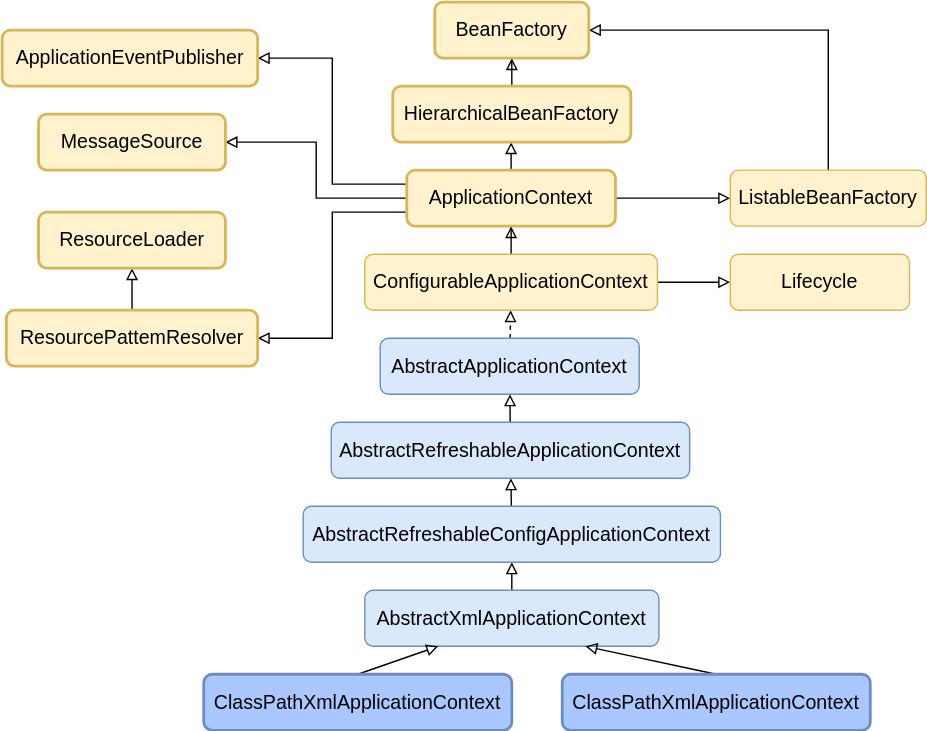
Above: Java/Spring/SpringIOC详解/ApplicationContext类继承关系.drawio.svg in Developer-Tang/notes (draw.io), before the change. Source tidied: cells renumbered, new cells last; positions are measured from the earlier drawing's top-left corner, leaving out a move shared by most shapes.
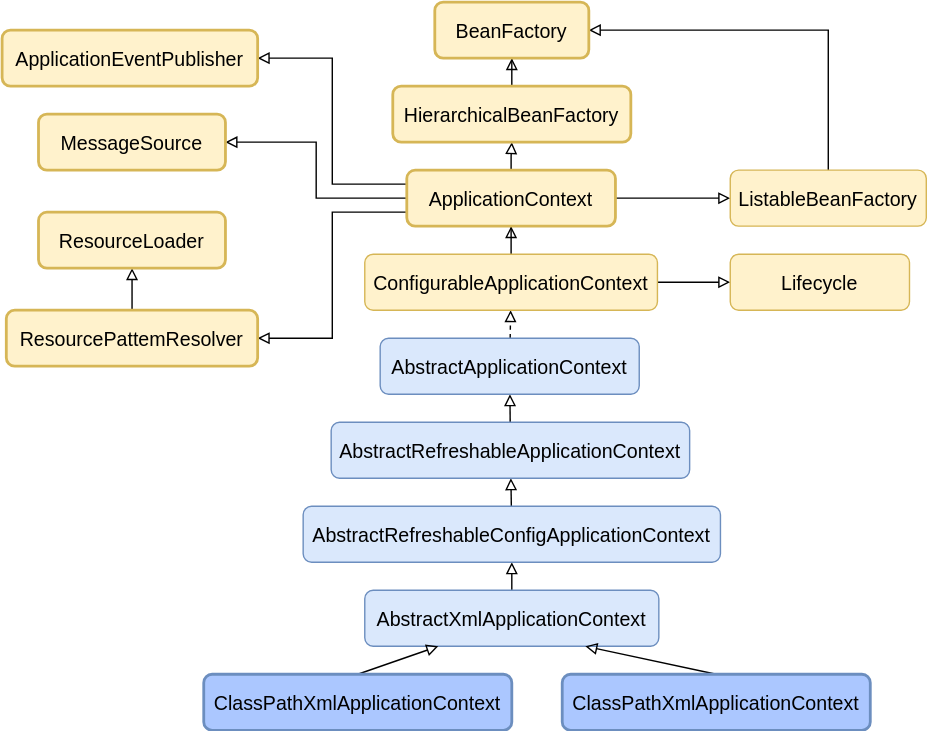
After the change.

The edit, as a diff of the source:
```diff
@@ -2,58 +2,58 @@
   <root>
     <mxCell id="0" />
     <mxCell id="1" parent="0" />
-    <mxCell id="2" style="edgeStyle=none;rounded=0;jettySize=auto;html=1;fontSize=14;endArrow=block;endFill=0;" parent="1" edge="1" source="3" target="9">
+    <mxCell id="2" style="edgeStyle=none;rounded=0;jettySize=auto;fontSize=14;endArrow=block;endFill=0;labelBackgroundColor=none;" parent="1" edge="1" source="3" target="9">
       <mxGeometry relative="1" as="geometry" />
     </mxCell>
-    <mxCell id="3" value="AbstractXmlApplicationContext" style="rounded=1;whiteSpace=wrap;html=1;fontSize=14;fontStyle=0;fillColor=#dae8fc;strokeColor=#6c8ebf;" parent="1" vertex="1">
+    <mxCell id="3" value="AbstractXmlApplicationContext" style="rounded=1;fontSize=14;fontStyle=0;fillColor=#dae8fc;strokeColor=#6c8ebf;labelBackgroundColor=none;" parent="1" vertex="1">
       <mxGeometry x="259" y="420" width="210" height="40" as="geometry" />
     </mxCell>
-    <mxCell id="4" style="edgeStyle=none;rounded=0;jettySize=auto;html=1;exitX=0.5;exitY=0;exitDx=0;exitDy=0;entryX=0.75;entryY=1;entryDx=0;entryDy=0;fontSize=14;endArrow=block;endFill=0;" parent="1" edge="1" source="5" target="3">
+    <mxCell id="4" style="edgeStyle=none;rounded=0;jettySize=auto;exitX=0.5;exitY=0;exitDx=0;exitDy=0;entryX=0.75;entryY=1;entryDx=0;entryDy=0;fontSize=14;endArrow=block;endFill=0;labelBackgroundColor=none;" parent="1" edge="1" source="5" target="3">
       <mxGeometry relative="1" as="geometry" />
     </mxCell>
-    <mxCell id="5" value="ClassPathXmlApplicationContext" style="rounded=1;whiteSpace=wrap;html=1;fontSize=14;fontStyle=0;fillColor=#ABC7FF;strokeColor=#6c8ebf;strokeWidth=2;" parent="1" vertex="1">
+    <mxCell id="5" value="ClassPathXmlApplicationContext" style="rounded=1;fontSize=14;fontStyle=0;fillColor=#ABC7FF;strokeColor=#6c8ebf;strokeWidth=2;labelBackgroundColor=none;" parent="1" vertex="1">
       <mxGeometry x="400" y="480" width="220" height="40" as="geometry" />
     </mxCell>
-    <mxCell id="6" style="rounded=0;jettySize=auto;html=1;exitX=0.5;exitY=0;exitDx=0;exitDy=0;entryX=0.25;entryY=1;entryDx=0;entryDy=0;fontSize=14;endArrow=block;endFill=0;" parent="1" edge="1" source="7" target="3">
+    <mxCell id="6" style="rounded=0;jettySize=auto;exitX=0.5;exitY=0;exitDx=0;exitDy=0;entryX=0.25;entryY=1;entryDx=0;entryDy=0;fontSize=14;endArrow=block;endFill=0;labelBackgroundColor=none;" parent="1" edge="1" source="7" target="3">
       <mxGeometry relative="1" as="geometry" />
     </mxCell>
-    <mxCell id="7" value="ClassPathXmlApplicationContext" style="rounded=1;whiteSpace=wrap;html=1;fontSize=14;fontStyle=0;fillColor=#ABC7FF;strokeColor=#6c8ebf;strokeWidth=2;" parent="1" vertex="1">
+    <mxCell id="7" value="ClassPathXmlApplicationContext" style="rounded=1;fontSize=14;fontStyle=0;fillColor=#ABC7FF;strokeColor=#6c8ebf;strokeWidth=2;labelBackgroundColor=none;" parent="1" vertex="1">
       <mxGeometry x="144" y="480" width="220" height="40" as="geometry" />
     </mxCell>
-    <mxCell id="8" style="edgeStyle=none;rounded=0;jettySize=auto;html=1;fontSize=14;endArrow=block;endFill=0;" parent="1" edge="1" source="9" target="11">
+    <mxCell id="8" style="edgeStyle=none;rounded=0;jettySize=auto;fontSize=14;endArrow=block;endFill=0;labelBackgroundColor=none;" parent="1" edge="1" source="9" target="11">
       <mxGeometry relative="1" as="geometry" />
     </mxCell>
-    <mxCell id="9" value="AbstractRefreshableConfigApplicationContext" style="rounded=1;whiteSpace=wrap;html=1;fontSize=14;fontStyle=0;fillColor=#dae8fc;strokeColor=#6c8ebf;" parent="1" vertex="1">
+    <mxCell id="9" value="AbstractRefreshableConfigApplicationContext" style="rounded=1;fontSize=14;fontStyle=0;fillColor=#dae8fc;strokeColor=#6c8ebf;labelBackgroundColor=none;" parent="1" vertex="1">
       <mxGeometry x="215" y="360" width="298" height="40" as="geometry" />
     </mxCell>
-    <mxCell id="10" style="edgeStyle=none;rounded=0;jettySize=auto;html=1;fontSize=14;endArrow=block;endFill=0;" parent="1" edge="1" source="11" target="13">
+    <mxCell id="10" style="edgeStyle=none;rounded=0;jettySize=auto;fontSize=14;endArrow=block;endFill=0;labelBackgroundColor=none;" parent="1" edge="1" source="11" target="13">
       <mxGeometry relative="1" as="geometry" />
     </mxCell>
-    <mxCell id="11" value="AbstractRefreshableApplicationContext" style="rounded=1;whiteSpace=wrap;html=1;fontSize=14;fontStyle=0;fillColor=#dae8fc;strokeColor=#6c8ebf;" parent="1" vertex="1">
+    <mxCell id="11" value="AbstractRefreshableApplicationContext" style="rounded=1;fontSize=14;fontStyle=0;fillColor=#dae8fc;strokeColor=#6c8ebf;labelBackgroundColor=none;" parent="1" vertex="1">
       <mxGeometry x="235" y="300" width="256" height="40" as="geometry" />
     </mxCell>
-    <mxCell id="12" style="edgeStyle=none;rounded=0;jettySize=auto;html=1;fontSize=14;endArrow=block;endFill=0;dashed=1;" parent="1" edge="1" source="13" target="16">
+    <mxCell id="12" style="edgeStyle=none;rounded=0;jettySize=auto;fontSize=14;endArrow=block;endFill=0;dashed=1;labelBackgroundColor=none;" parent="1" edge="1" source="13" target="16">
       <mxGeometry relative="1" as="geometry" />
     </mxCell>
-    <mxCell id="13" value="AbstractApplicationContext" style="rounded=1;whiteSpace=wrap;html=1;fontSize=14;fontStyle=0;fillColor=#dae8fc;strokeColor=#6c8ebf;" parent="1" vertex="1">
+    <mxCell id="13" value="AbstractApplicationContext" style="rounded=1;fontSize=14;fontStyle=0;fillColor=#dae8fc;strokeColor=#6c8ebf;labelBackgroundColor=none;" parent="1" vertex="1">
       <mxGeometry x="270" y="240" width="185" height="40" as="geometry" />
     </mxCell>
-    <mxCell id="14" style="edgeStyle=orthogonalEdgeStyle;rounded=0;jettySize=auto;html=1;fontSize=14;endArrow=block;endFill=0;entryX=0;entryY=0.5;entryDx=0;entryDy=0;exitX=1;exitY=0.5;exitDx=0;exitDy=0;" parent="1" edge="1" source="16" target="17">
+    <mxCell id="14" style="edgeStyle=orthogonalEdgeStyle;rounded=0;jettySize=auto;fontSize=14;endArrow=block;endFill=0;entryX=0;entryY=0.5;entryDx=0;entryDy=0;exitX=1;exitY=0.5;exitDx=0;exitDy=0;labelBackgroundColor=none;" parent="1" edge="1" source="16" target="17">
       <mxGeometry relative="1" as="geometry" />
     </mxCell>
-    <mxCell id="15" style="edgeStyle=orthogonalEdgeStyle;rounded=0;jettySize=auto;html=1;fontSize=14;endArrow=block;endFill=0;" parent="1" edge="1" source="16" target="23">
+    <mxCell id="15" style="edgeStyle=orthogonalEdgeStyle;rounded=0;jettySize=auto;fontSize=14;endArrow=block;endFill=0;labelBackgroundColor=none;" parent="1" edge="1" source="16" target="23">
       <mxGeometry relative="1" as="geometry" />
     </mxCell>
-    <mxCell id="16" value="ConfigurableApplicationContext" style="rounded=1;whiteSpace=wrap;html=1;fontSize=14;fontStyle=0;fillColor=#fff2cc;strokeColor=#d6b656;" parent="1" vertex="1">
+    <mxCell id="16" value="ConfigurableApplicationContext" style="rounded=1;fontSize=14;fontStyle=0;fillColor=#fff2cc;strokeColor=#d6b656;labelBackgroundColor=none;" parent="1" vertex="1">
       <mxGeometry x="259" y="180" width="209" height="40" as="geometry" />
     </mxCell>
-    <mxCell id="17" value="Lifecycle" style="rounded=1;whiteSpace=wrap;html=1;fontSize=14;fontStyle=0;fillColor=#fff2cc;strokeColor=#d6b656;" parent="1" vertex="1">
+    <mxCell id="17" value="Lifecycle" style="rounded=1;fontSize=14;fontStyle=0;fillColor=#fff2cc;strokeColor=#d6b656;labelBackgroundColor=none;" parent="1" vertex="1">
       <mxGeometry x="520" y="180" width="128" height="40" as="geometry" />
     </mxCell>
-    <mxCell id="18" style="edgeStyle=orthogonalEdgeStyle;rounded=0;jettySize=auto;html=1;fontSize=14;endArrow=block;endFill=0;" parent="1" edge="1" source="23" target="25">
+    <mxCell id="18" style="edgeStyle=orthogonalEdgeStyle;rounded=0;jettySize=auto;fontSize=14;endArrow=block;endFill=0;labelBackgroundColor=none;" parent="1" edge="1" source="23" target="25">
       <mxGeometry relative="1" as="geometry" />
     </mxCell>
-    <mxCell id="19" style="edgeStyle=orthogonalEdgeStyle;rounded=0;jettySize=auto;html=1;exitX=1;exitY=0.5;exitDx=0;exitDy=0;entryX=0;entryY=0.5;entryDx=0;entryDy=0;fontSize=14;endArrow=block;endFill=0;" parent="1" edge="1" source="23" target="27">
+    <mxCell id="19" style="edgeStyle=orthogonalEdgeStyle;rounded=0;jettySize=auto;exitX=1;exitY=0.5;exitDx=0;exitDy=0;entryX=0;entryY=0.5;entryDx=0;entryDy=0;fontSize=14;endArrow=block;endFill=0;labelBackgroundColor=none;" parent="1" edge="1" source="23" target="27">
       <mxGeometry relative="1" as="geometry">
         <Array as="points">
           <mxPoint x="450" y="140" />
@@ -61,46 +61,46 @@
         </Array>
       </mxGeometry>
     </mxCell>
-    <mxCell id="20" style="edgeStyle=orthogonalEdgeStyle;rounded=0;jettySize=auto;html=1;exitX=0;exitY=0.75;exitDx=0;exitDy=0;fontSize=14;endArrow=block;endFill=0;entryX=1;entryY=0.5;entryDx=0;entryDy=0;" parent="1" edge="1" source="23" target="30">
+    <mxCell id="20" style="edgeStyle=orthogonalEdgeStyle;rounded=0;jettySize=auto;exitX=0;exitY=0.75;exitDx=0;exitDy=0;fontSize=14;endArrow=block;endFill=0;entryX=1;entryY=0.5;entryDx=0;entryDy=0;labelBackgroundColor=none;" parent="1" edge="1" source="23" target="30">
       <mxGeometry relative="1" as="geometry" />
     </mxCell>
-    <mxCell id="21" style="edgeStyle=orthogonalEdgeStyle;rounded=0;jettySize=auto;html=1;exitX=0;exitY=0.5;exitDx=0;exitDy=0;entryX=1;entryY=0.5;entryDx=0;entryDy=0;fontSize=14;endArrow=block;endFill=0;" parent="1" edge="1" source="23" target="32">
+    <mxCell id="21" style="edgeStyle=orthogonalEdgeStyle;rounded=0;jettySize=auto;exitX=0;exitY=0.5;exitDx=0;exitDy=0;entryX=1;entryY=0.5;entryDx=0;entryDy=0;fontSize=14;endArrow=block;endFill=0;labelBackgroundColor=none;" parent="1" edge="1" source="23" target="32">
       <mxGeometry relative="1" as="geometry" />
     </mxCell>
-    <mxCell id="22" style="edgeStyle=orthogonalEdgeStyle;rounded=0;jettySize=auto;html=1;exitX=0;exitY=0.25;exitDx=0;exitDy=0;entryX=1;entryY=0.5;entryDx=0;entryDy=0;fontSize=14;endArrow=block;endFill=0;" parent="1" edge="1" source="23" target="33">
+    <mxCell id="22" style="edgeStyle=orthogonalEdgeStyle;rounded=0;jettySize=auto;exitX=0;exitY=0.25;exitDx=0;exitDy=0;entryX=1;entryY=0.5;entryDx=0;entryDy=0;fontSize=14;endArrow=block;endFill=0;labelBackgroundColor=none;" parent="1" edge="1" source="23" target="33">
       <mxGeometry relative="1" as="geometry" />
     </mxCell>
-    <mxCell id="23" value="ApplicationContext" style="rounded=1;whiteSpace=wrap;html=1;fontSize=14;fontStyle=0;fillColor=#fff2cc;strokeColor=#d6b656;strokeWidth=2;" parent="1" vertex="1">
+    <mxCell id="23" value="ApplicationContext" style="rounded=1;fontSize=14;fontStyle=0;fillColor=#fff2cc;strokeColor=#d6b656;strokeWidth=2;labelBackgroundColor=none;" parent="1" vertex="1">
       <mxGeometry x="289" y="120" width="149" height="40" as="geometry" />
     </mxCell>
-    <mxCell id="24" style="edgeStyle=orthogonalEdgeStyle;rounded=0;jettySize=auto;html=1;fontSize=14;endArrow=block;endFill=0;" parent="1" edge="1" source="25" target="28">
+    <mxCell id="24" style="edgeStyle=orthogonalEdgeStyle;rounded=0;jettySize=auto;fontSize=14;endArrow=block;endFill=0;labelBackgroundColor=none;" parent="1" edge="1" source="25" target="28">
       <mxGeometry relative="1" as="geometry" />
     </mxCell>
-    <mxCell id="25" value="HierarchicalBeanFactory" style="rounded=1;whiteSpace=wrap;html=1;fontSize=14;fontStyle=0;fillColor=#fff2cc;strokeColor=#d6b656;strokeWidth=2;" parent="1" vertex="1">
+    <mxCell id="25" value="HierarchicalBeanFactory" style="rounded=1;fontSize=14;fontStyle=0;fillColor=#fff2cc;strokeColor=#d6b656;strokeWidth=2;labelBackgroundColor=none;" parent="1" vertex="1">
       <mxGeometry x="279" y="60" width="170" height="40" as="geometry" />
     </mxCell>
-    <mxCell id="26" style="edgeStyle=orthogonalEdgeStyle;rounded=0;jettySize=auto;html=1;exitX=0.5;exitY=0;exitDx=0;exitDy=0;entryX=1;entryY=0.5;entryDx=0;entryDy=0;fontSize=14;endArrow=block;endFill=0;" parent="1" edge="1" source="27" target="28">
+    <mxCell id="26" style="edgeStyle=orthogonalEdgeStyle;rounded=0;jettySize=auto;exitX=0.5;exitY=0;exitDx=0;exitDy=0;entryX=1;entryY=0.5;entryDx=0;entryDy=0;fontSize=14;endArrow=block;endFill=0;labelBackgroundColor=none;" parent="1" edge="1" source="27" target="28">
       <mxGeometry relative="1" as="geometry" />
     </mxCell>
-    <mxCell id="27" value="ListableBeanFactory" style="rounded=1;whiteSpace=wrap;html=1;fontSize=14;fontStyle=0;fillColor=#fff2cc;strokeColor=#d6b656;" parent="1" vertex="1">
+    <mxCell id="27" value="ListableBeanFactory" style="rounded=1;fontSize=14;fontStyle=0;fillColor=#fff2cc;strokeColor=#d6b656;labelBackgroundColor=none;" parent="1" vertex="1">
       <mxGeometry x="520" y="120" width="140" height="40" as="geometry" />
     </mxCell>
-    <mxCell id="28" value="BeanFactory" style="rounded=1;whiteSpace=wrap;html=1;fontSize=14;fontStyle=0;fillColor=#fff2cc;strokeColor=#d6b656;strokeWidth=2;" parent="1" vertex="1">
+    <mxCell id="28" value="BeanFactory" style="rounded=1;fontSize=14;fontStyle=0;fillColor=#fff2cc;strokeColor=#d6b656;strokeWidth=2;labelBackgroundColor=none;" parent="1" vertex="1">
       <mxGeometry x="309" width="110" height="40" as="geometry" />
     </mxCell>
-    <mxCell id="29" style="edgeStyle=orthogonalEdgeStyle;rounded=0;jettySize=auto;html=1;fontSize=14;endArrow=block;endFill=0;" parent="1" edge="1" source="30" target="31">
+    <mxCell id="29" style="edgeStyle=orthogonalEdgeStyle;rounded=0;jettySize=auto;fontSize=14;endArrow=block;endFill=0;labelBackgroundColor=none;" parent="1" edge="1" source="30" target="31">
       <mxGeometry relative="1" as="geometry" />
     </mxCell>
-    <mxCell id="30" value="ResourcePattemResolver" style="rounded=1;whiteSpace=wrap;html=1;fontSize=14;fontStyle=0;fillColor=#fff2cc;strokeColor=#d6b656;strokeWidth=2;" parent="1" vertex="1">
+    <mxCell id="30" value="ResourcePattemResolver" style="rounded=1;fontSize=14;fontStyle=0;fillColor=#fff2cc;strokeColor=#d6b656;strokeWidth=2;labelBackgroundColor=none;" parent="1" vertex="1">
       <mxGeometry x="3" y="220" width="179.5" height="40" as="geometry" />
     </mxCell>
-    <mxCell id="31" value="ResourceLoader" style="rounded=1;whiteSpace=wrap;html=1;fontSize=14;fontStyle=0;fillColor=#fff2cc;strokeColor=#d6b656;strokeWidth=2;" parent="1" vertex="1">
+    <mxCell id="31" value="ResourceLoader" style="rounded=1;fontSize=14;fontStyle=0;fillColor=#fff2cc;strokeColor=#d6b656;strokeWidth=2;labelBackgroundColor=none;" parent="1" vertex="1">
       <mxGeometry x="26" y="150" width="133.5" height="40" as="geometry" />
     </mxCell>
-    <mxCell id="32" value="MessageSource" style="rounded=1;whiteSpace=wrap;html=1;fontSize=14;fontStyle=0;fillColor=#fff2cc;strokeColor=#d6b656;strokeWidth=2;" parent="1" vertex="1">
+    <mxCell id="32" value="MessageSource" style="rounded=1;fontSize=14;fontStyle=0;fillColor=#fff2cc;strokeColor=#d6b656;strokeWidth=2;labelBackgroundColor=none;" parent="1" vertex="1">
       <mxGeometry x="26" y="80" width="133.5" height="40" as="geometry" />
     </mxCell>
-    <mxCell id="33" value="ApplicationEventPublisher" style="rounded=1;whiteSpace=wrap;html=1;fontSize=14;fontStyle=0;fillColor=#fff2cc;strokeColor=#d6b656;strokeWidth=2;" parent="1" vertex="1">
+    <mxCell id="33" value="ApplicationEventPublisher" style="rounded=1;fontSize=14;fontStyle=0;fillColor=#fff2cc;strokeColor=#d6b656;strokeWidth=2;labelBackgroundColor=none;" parent="1" vertex="1">
       <mxGeometry y="20" width="182.5" height="40" as="geometry" />
     </mxCell>
   </root>
```
